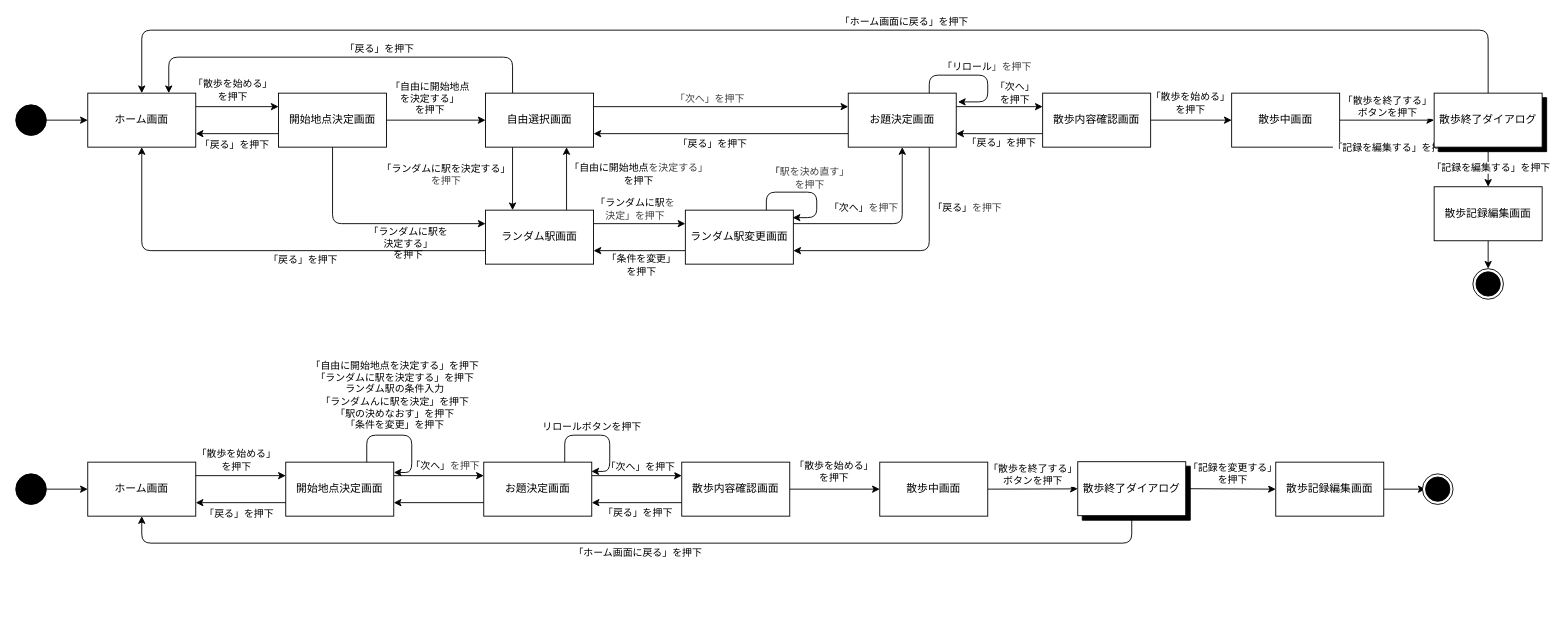
Before: page "散歩" (2 of 7) of desing/STD.dio in miyong00/ServerProgramming-2026, a draw.io diagram. Source tidied: cells renumbered, new cells numbered last; positions are measured from the earlier drawing's top-left corner, leaving out a move shared by most shapes. Both pictures are drawn from the tidied source at 90%, with x=0, y=0 at pixel (15, 30).
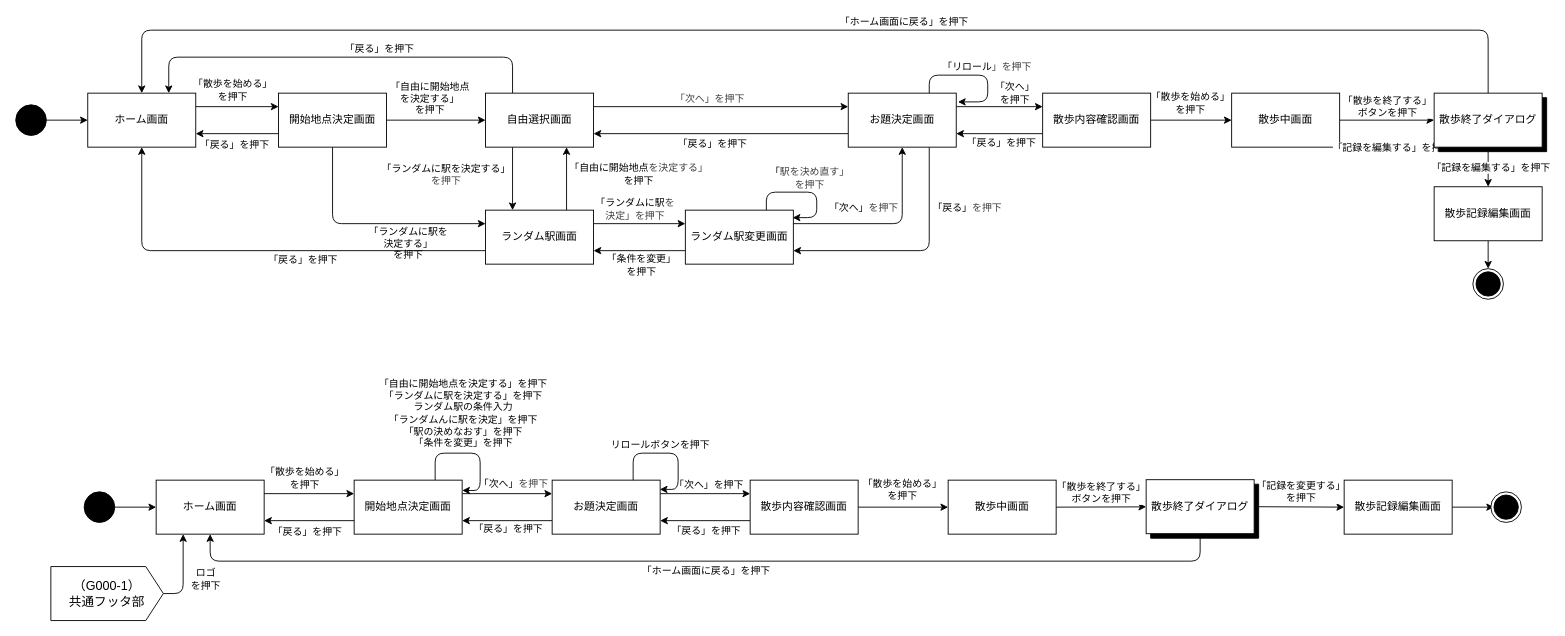
The same page after the edit.

Commit message (it also covers changes not shown here):
feat: 共通フッタ部

Unchanged cells that the change refers to:
```xml
<mxCell id="77" style="edgeStyle=none;html=1;exitX=0;exitY=0.75;exitDx=0;exitDy=0;entryX=1;entryY=0.75;entryDx=0;entryDy=0;" parent="1" edge="1" source="80" target="70">
  <mxGeometry relative="1" as="geometry" />
</mxCell>
<mxCell id="95" value="散歩終了ダイアログ" style="rounded=0;whiteSpace=wrap;html=1;" parent="93" vertex="1">
  <mxGeometry width="120" height="60" as="geometry" />
</mxCell>
```

Diff of the diagram source:
```diff
@@
     <mxCell id="65" value="ホーム画面" style="rounded=0;whiteSpace=wrap;html=1;" parent="1" vertex="1">
-      <mxGeometry x="80" y="480" width="120" height="60" as="geometry" />
+      <mxGeometry x="156" y="500" width="120" height="60" as="geometry" />
     </mxCell>
@@
     <mxCell id="67" style="ellipse;whiteSpace=wrap;html=1;shapeInside=1;fillColor=#000000;" parent="1" vertex="1">
-      <mxGeometry y="493" width="34" height="34" as="geometry" />
+      <mxGeometry x="76" y="513" width="34" height="34" as="geometry" />
     </mxCell>
@@
     <mxCell id="70" value="開始地点決定画面" style="rounded=0;whiteSpace=wrap;html=1;" parent="1" vertex="1">
-      <mxGeometry x="300" y="480" width="120" height="60" as="geometry" />
+      <mxGeometry x="376" y="500" width="120" height="60" as="geometry" />
     </mxCell>
@@
     <mxCell id="75" style="edgeStyle=orthogonalEdgeStyle;html=1;innerLoopWaypoints=1;exitX=0.75;exitY=0;exitDx=0;exitDy=0;entryX=1.001;entryY=0.191;entryDx=0;entryDy=0;entryPerimeter=0;" parent="1" edge="1" source="70" target="70">
       <mxGeometry x="-0.04" relative="1" as="geometry">
         <Array as="points">
-          <mxPoint x="390" y="450" />
-          <mxPoint x="440" y="450" />
-          <mxPoint x="440" y="491.5" />
+          <mxPoint x="466" y="470" />
+          <mxPoint x="516" y="470" />
+          <mxPoint x="516" y="511.5" />
         </Array>
       </mxGeometry>
     </mxCell>
@@
+    <mxCell id="103" value="「戻る」を押下" style="edgeLabel;html=1;align=center;verticalAlign=middle;" parent="77" vertex="1">
+      <mxGeometry x="0.05" y="-2" relative="1" as="geometry">
+        <mxPoint x="3" y="10" as="offset" />
+      </mxGeometry>
+    </mxCell>
@@
     <mxCell id="80" value="お題決定画面" style="rounded=0;whiteSpace=wrap;html=1;" parent="1" vertex="1">
-      <mxGeometry x="520" y="480" width="120" height="60" as="geometry" />
+      <mxGeometry x="596" y="500" width="120" height="60" as="geometry" />
     </mxCell>
     <mxCell id="81" style="edgeStyle=orthogonalEdgeStyle;html=1;innerLoopWaypoints=1;exitX=0.75;exitY=0;exitDx=0;exitDy=0;entryX=0.997;entryY=0.171;entryDx=0;entryDy=0;entryPerimeter=0;" parent="1" edge="1" source="80" target="80">
       <mxGeometry x="-0.25" relative="1" as="geometry">
         <Array as="points">
-          <mxPoint x="610" y="450" />
-          <mxPoint x="660" y="450" />
-          <mxPoint x="660" y="490.3" />
+          <mxPoint x="686" y="470" />
+          <mxPoint x="736" y="470" />
+          <mxPoint x="736" y="510.3" />
         </Array>
       </mxGeometry>
     </mxCell>
@@
     <mxCell id="85" value="散歩内容確認画面" style="rounded=0;whiteSpace=wrap;html=1;" parent="1" vertex="1">
-      <mxGeometry x="740" y="480" width="120" height="60" as="geometry" />
+      <mxGeometry x="816" y="500" width="120" height="60" as="geometry" />
     </mxCell>
@@
     <mxCell id="90" value="散歩中画面" style="rounded=0;whiteSpace=wrap;html=1;" parent="1" vertex="1">
-      <mxGeometry x="960" y="480" width="120" height="60" as="geometry" />
+      <mxGeometry x="1036" y="500" width="120" height="60" as="geometry" />
     </mxCell>
@@
     <mxCell id="93" style="group;" parent="1" vertex="1">
-      <mxGeometry x="1180" y="479.5" width="125" height="65" as="geometry" />
+      <mxGeometry x="1256" y="499.5" width="125" height="65" as="geometry" />
     </mxCell>
@@
     <mxCell id="97" value="散歩記録編集画面" style="rounded=0;whiteSpace=wrap;html=1;" parent="1" vertex="1">
-      <mxGeometry x="1400" y="480" width="120" height="60" as="geometry" />
+      <mxGeometry x="1476" y="500" width="120" height="60" as="geometry" />
     </mxCell>
     <mxCell id="98" style="group;" parent="1" vertex="1">
-      <mxGeometry x="1563" y="493" width="34" height="34" as="geometry" />
+      <mxGeometry x="1639" y="513" width="34" height="34" as="geometry" />
     </mxCell>
@@
     <mxCell id="101" style="edgeStyle=orthogonalEdgeStyle;html=1;exitX=0.5;exitY=1;exitDx=0;exitDy=0;entryX=0.5;entryY=1;entryDx=0;entryDy=0;" parent="1" edge="1" source="95" target="65">
       <mxGeometry relative="1" as="geometry">
         <Array as="points">
-          <mxPoint x="1240" y="570" />
-          <mxPoint x="140" y="570" />
+          <mxPoint x="1316" y="590" />
+          <mxPoint x="216" y="590" />
         </Array>
       </mxGeometry>
     </mxCell>
@@
+    <mxCell id="104" style="edgeStyle=orthogonalEdgeStyle;html=1;exitX=0.5;exitY=1;exitDx=0;exitDy=0;entryX=0.25;entryY=1;entryDx=0;entryDy=0;" parent="1" edge="1" source="106" target="65">
+      <mxGeometry relative="1" as="geometry" />
+    </mxCell>
+    <mxCell id="105" value="ロゴ&lt;br&gt;&lt;div&gt;を押下&lt;/div&gt;" style="edgeLabel;html=1;align=center;verticalAlign=middle;" parent="104" vertex="1">
+      <mxGeometry x="-0.01" relative="1" as="geometry">
+        <mxPoint x="24" y="5" as="offset" />
+      </mxGeometry>
+    </mxCell>
+    <mxCell id="106" value="&lt;div&gt;&lt;font style=&quot;font-size: 14px;&quot;&gt;（G000-1）&lt;/font&gt;&lt;/div&gt;&lt;font style=&quot;font-size: 14px;&quot;&gt;共通フッタ部&lt;/font&gt;" style="shape=offPageConnector;whiteSpace=wrap;html=1;direction=north;size=0.15625;" parent="1" vertex="1">
+      <mxGeometry x="39" y="596" width="125" height="60" as="geometry" />
+    </mxCell>
```
